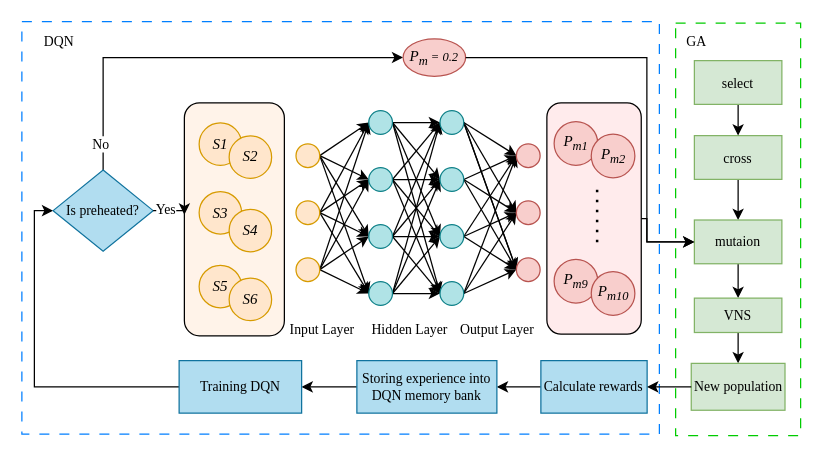
Earlier version of the draw.io diagram DQN.drawio (aslongaslihappy/algorithm). Source tidied: cells renumbered, new cells numbered last; positions are measured from the earlier drawing's top-left corner, leaving out a move shared by most shapes. Both pictures are drawn from the tidied source at 125%, with x=0, y=0 at pixel (21, 21).
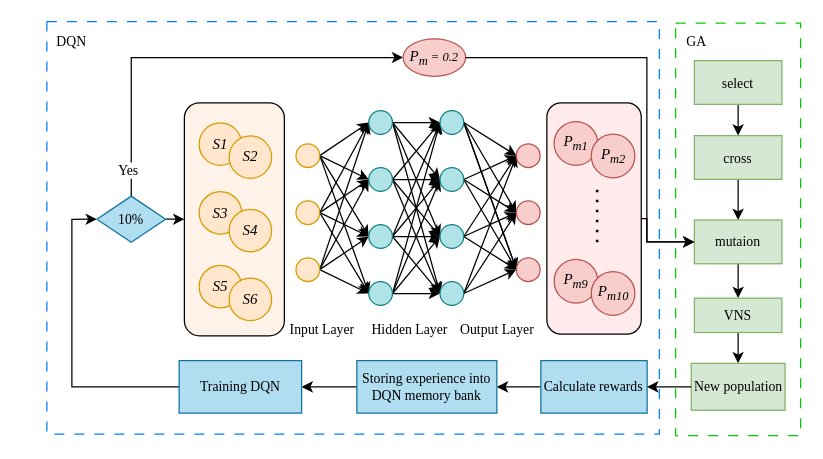
The same diagram, later.

The change refers to these unchanged cells:
```xml
<mxCell id="5" style="rounded=1;whiteSpace=wrap;html=1;fontFamily=Times New Roman;fontStyle=2;fillColor=#FFF3E9;" parent="4" vertex="1">
  <mxGeometry width="80" height="186.3" as="geometry" />
</mxCell>
<mxCell id="24" value="Training DQN" style="rounded=0;whiteSpace=wrap;html=1;fontFamily=Times New Roman;fillColor=#b1ddf0;strokeColor=#10739e;fontSize=11;" parent="1" vertex="1">
  <mxGeometry x="125.8" y="271" width="98" height="42" as="geometry" />
</mxCell>
<mxCell id="25" style="edgeStyle=orthogonalEdgeStyle;rounded=0;jettySize=auto;html=1;exitX=0.5;exitY=0;exitDx=0;exitDy=0;entryX=0;entryY=0.5;entryDx=0;entryDy=0;" parent="1" edge="1" source="27" target="30">
  <mxGeometry relative="1" as="geometry" />
</mxCell>
```

Diff of the diagram source:
```diff
@@
     <mxCell id="2" style="rounded=0;whiteSpace=wrap;html=1;dashed=1;dashPattern=8 8;strokeColor=#007FFF;" parent="1" vertex="1">
-      <mxGeometry y="-0.3" width="510" height="330" as="geometry" />
+      <mxGeometry x="20" y="-0.3" width="490" height="330" as="geometry" />
     </mxCell>
     <mxCell id="3" value="DQN" style="text;html=1;align=center;verticalAlign=middle;whiteSpace=wrap;rounded=0;fontFamily=Times New Roman;fontSize=11;" parent="1" vertex="1">
-      <mxGeometry y="1" width="60" height="30" as="geometry" />
+      <mxGeometry x="10" y="1" width="60" height="30" as="geometry" />
     </mxCell>
@@
     <mxCell id="23" style="edgeStyle=orthogonalEdgeStyle;rounded=0;jettySize=auto;html=1;exitX=0;exitY=0.5;exitDx=0;exitDy=0;entryX=0;entryY=0.5;entryDx=0;entryDy=0;" parent="1" edge="1" source="24" target="27">
       <mxGeometry relative="1" as="geometry">
         <Array as="points">
-          <mxPoint x="10" y="292" />
-          <mxPoint x="10" y="151" />
+          <mxPoint x="40" y="292" />
+          <mxPoint x="40" y="157" />
         </Array>
       </mxGeometry>
     </mxCell>
@@
-    <mxCell id="26" value="No" style="edgeLabel;html=1;align=center;verticalAlign=middle;fontFamily=Times New Roman;" parent="25" vertex="1">
+    <mxCell id="26" value="Yes" style="edgeLabel;html=1;align=center;verticalAlign=middle;fontFamily=Times New Roman;" parent="25" vertex="1">
       <mxGeometry x="-0.87" y="3" relative="1" as="geometry" />
     </mxCell>
+    <mxCell id="28" style="edgeStyle=orthogonalEdgeStyle;rounded=0;jettySize=auto;html=1;exitX=1;exitY=0.5;exitDx=0;exitDy=0;entryX=0;entryY=0.5;entryDx=0;entryDy=0;" parent="1" edge="1" source="27" target="5">
+      <mxGeometry relative="1" as="geometry" />
+    </mxCell>
-    <mxCell id="27" value="Is preheated?" style="rhombus;whiteSpace=wrap;html=1;fontFamily=Times New Roman;fillColor=#b1ddf0;strokeColor=#10739e;fontSize=11;" parent="1" vertex="1">
-      <mxGeometry x="25" y="118.5" width="80" height="65" as="geometry" />
+    <mxCell id="27" value="10%" style="rhombus;whiteSpace=wrap;html=1;fontFamily=Times New Roman;fillColor=#b1ddf0;strokeColor=#10739e;fontSize=11;" parent="1" vertex="1">
+      <mxGeometry x="60" y="139.4" width="55" height="36.9" as="geometry" />
     </mxCell>
-    <mxCell id="28" style="edgeStyle=orthogonalEdgeStyle;rounded=0;jettySize=auto;html=1;exitX=1;exitY=0.5;exitDx=0;exitDy=0;entryX=0;entryY=0.48;entryDx=0;entryDy=0;entryPerimeter=0;fontFamily=Times New Roman;" parent="1" edge="1" source="27" target="5">
-      <mxGeometry relative="1" as="geometry" />
-    </mxCell>
-    <mxCell id="29" value="Yes" style="edgeLabel;html=1;align=center;verticalAlign=middle;fontFamily=Times New Roman;" parent="28" vertex="1">
-      <mxGeometry x="-0.34" y="2" relative="1" as="geometry" />
-    </mxCell>
```
